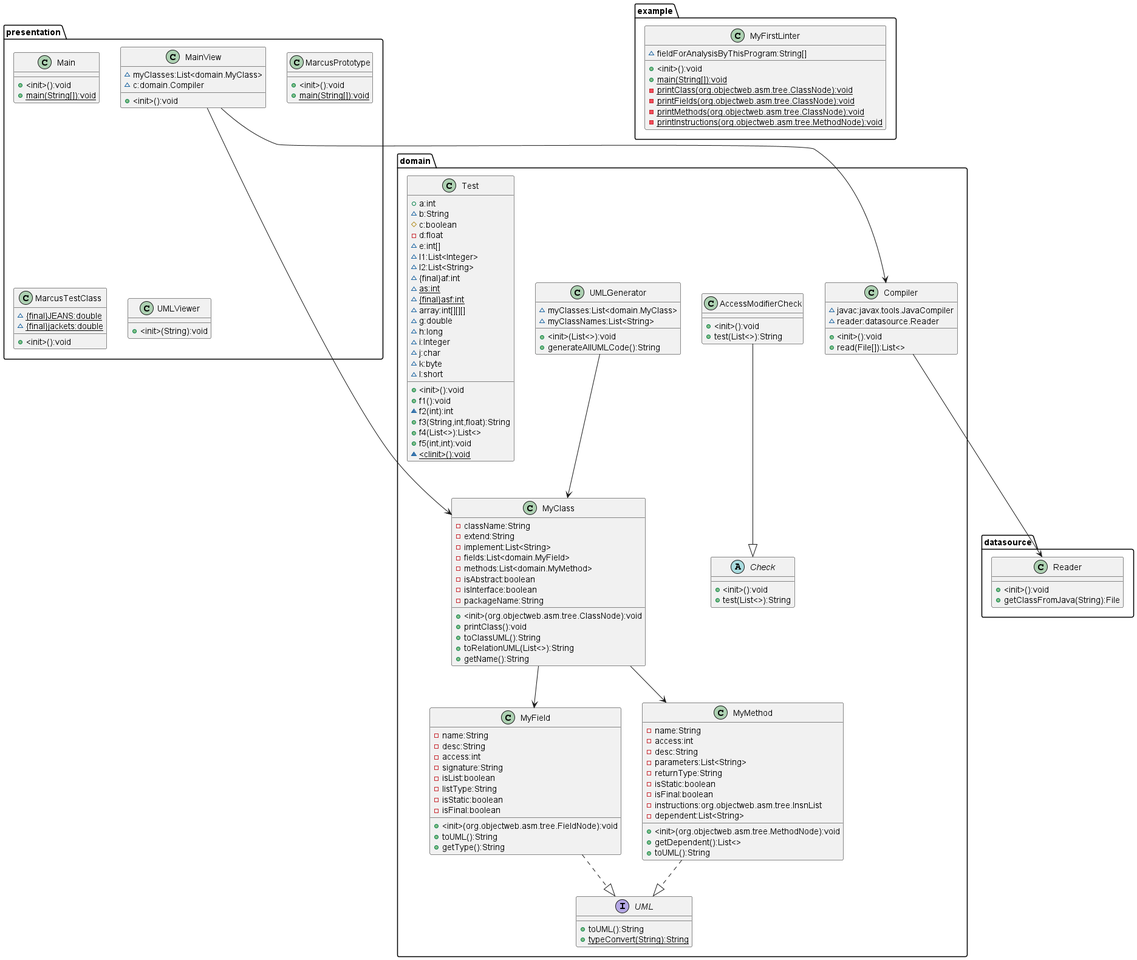
Before: src/main/resources/uml.png, a diagram exported from PlantUML (17hsteward/linter-project).
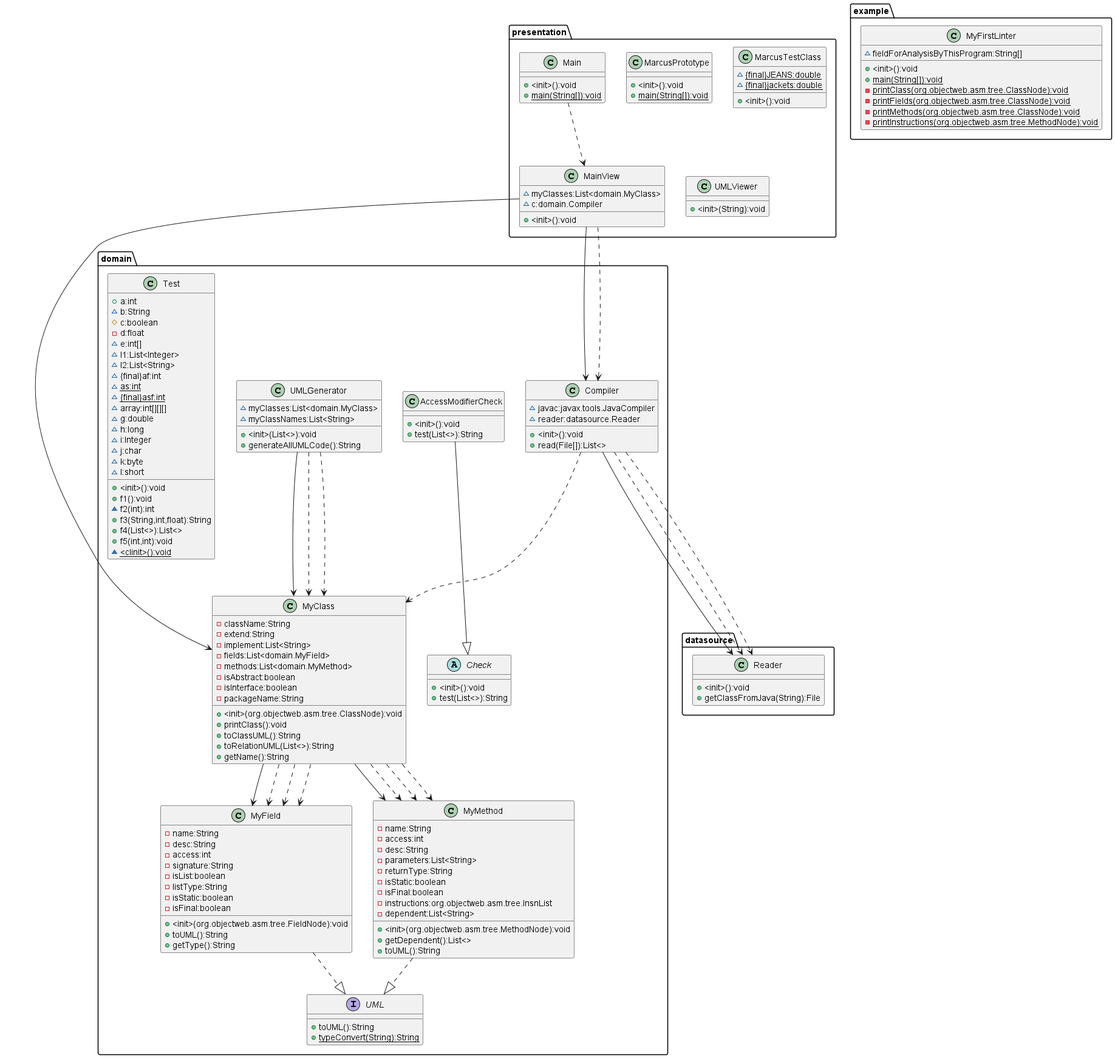
After the change.

Diff of the diagram source:
```diff
@@ -127,11 +127,24 @@
 }
 domain.AccessModifierCheck--|>domain.Check
 domain.Compiler-->datasource.Reader
+domain.Compiler..>datasource.Reader
+domain.Compiler..>datasource.Reader
+domain.Compiler..>domain.MyClass
 domain.MyClass-->domain.MyField
 domain.MyClass-->domain.MyMethod
+domain.MyClass..>domain.MyField
+domain.MyClass..>domain.MyMethod
+domain.MyClass..>domain.MyField
+domain.MyClass..>domain.MyMethod
+domain.MyClass..>domain.MyField
+domain.MyClass..>domain.MyMethod
 domain.MyField..|>domain.UML
 domain.MyMethod..|>domain.UML
 domain.UMLGenerator-->domain.MyClass
+domain.UMLGenerator..>domain.MyClass
+domain.UMLGenerator..>domain.MyClass
+presentation.Main..>presentation.MainView
 presentation.MainView-->domain.MyClass
 presentation.MainView-->domain.Compiler
+presentation.MainView..>domain.Compiler
 @enduml
```
